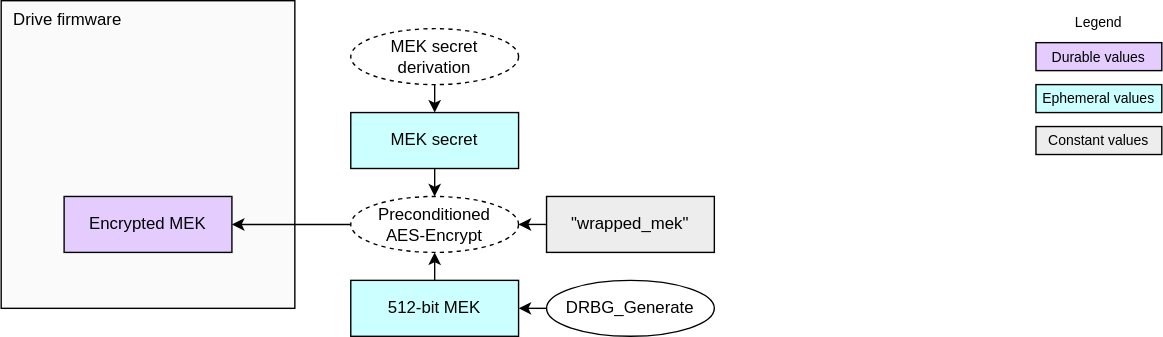
Earlier version of the draw.io export doc/ocp_lock/diagrams/mek_generate.drawio.svg (chipsalliance/Caliptra). Source tidied: cells renumbered, new cells last; positions are measured from the earlier drawing's top-left corner, leaving out a move shared by most shapes.
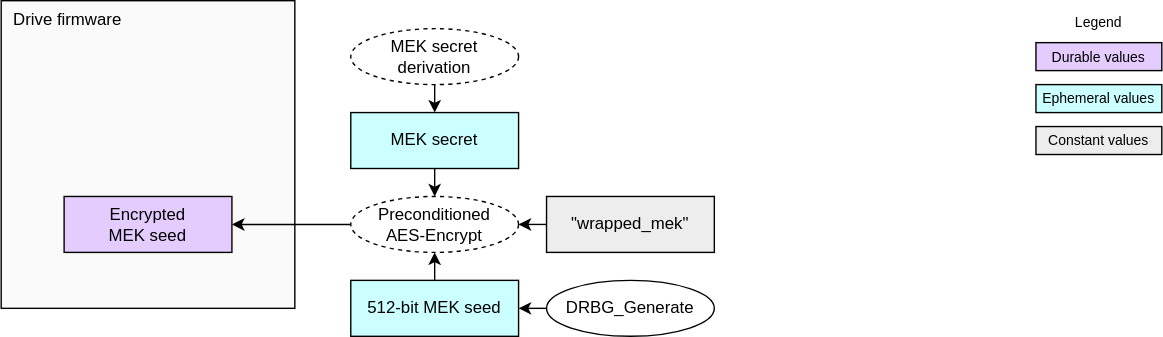
The same file after the commit.

The edit, as a diff of the source:
```diff
@@ -14,7 +14,7 @@
     <mxCell id="5" value="&lt;div&gt;&lt;font color=&quot;#000000&quot;&gt;Ephemeral values&lt;/font&gt;&lt;/div&gt;" style="rounded=0;whiteSpace=wrap;html=1;align=center;verticalAlign=middle;shadow=0;glass=0;spacingLeft=0;spacingBottom=0;spacingTop=0;fillColor=#CCFFFF;fontSize=10;" parent="1" vertex="1">
       <mxGeometry x="740" y="60" width="90" height="20" as="geometry" />
     </mxCell>
-    <mxCell id="6" value="&lt;div&gt;&lt;font color=&quot;#000000&quot;&gt;Encrypted MEK&lt;/font&gt;&lt;/div&gt;" style="rounded=0;whiteSpace=wrap;html=1;align=center;verticalAlign=middle;shadow=0;glass=0;spacingLeft=0;spacingBottom=0;spacingTop=0;fillColor=#E5CCFF;" parent="1" vertex="1">
+    <mxCell id="6" value="&lt;div&gt;&lt;font color=&quot;#000000&quot;&gt;Encrypted&lt;/font&gt;&lt;/div&gt;&lt;div&gt;&lt;span style=&quot;background-color: transparent;&quot;&gt;MEK seed&lt;/span&gt;&lt;/div&gt;" style="rounded=0;whiteSpace=wrap;html=1;align=center;verticalAlign=middle;shadow=0;glass=0;spacingLeft=0;spacingBottom=0;spacingTop=0;fillColor=#E5CCFF;" parent="1" vertex="1">
       <mxGeometry x="45" y="140" width="120" height="40" as="geometry" />
     </mxCell>
     <mxCell id="7" style="edgeStyle=none;html=1;exitX=0;exitY=0.5;exitDx=0;exitDy=0;entryX=1;entryY=0.5;entryDx=0;entryDy=0;" parent="1" edge="1" source="13" target="6">
@@ -23,7 +23,7 @@
     <mxCell id="8" style="edgeStyle=none;html=1;exitX=0.5;exitY=0;exitDx=0;exitDy=0;entryX=0.5;entryY=1;entryDx=0;entryDy=0;" parent="1" edge="1" source="9" target="13">
       <mxGeometry relative="1" as="geometry" />
     </mxCell>
-    <mxCell id="9" value="&lt;div&gt;&lt;font color=&quot;#000000&quot;&gt;512-bit MEK&lt;/font&gt;&lt;/div&gt;" style="rounded=0;whiteSpace=wrap;html=1;align=center;verticalAlign=middle;shadow=0;glass=0;spacingLeft=0;spacingBottom=0;spacingTop=0;fillColor=#CCFFFF;" parent="1" vertex="1">
+    <mxCell id="9" value="&lt;div&gt;&lt;font color=&quot;#000000&quot;&gt;512-bit&amp;nbsp;&lt;/font&gt;&lt;span style=&quot;background-color: transparent;&quot;&gt;MEK seed&lt;/span&gt;&lt;/div&gt;" style="rounded=0;whiteSpace=wrap;html=1;align=center;verticalAlign=middle;shadow=0;glass=0;spacingLeft=0;spacingBottom=0;spacingTop=0;fillColor=#CCFFFF;" parent="1" vertex="1">
       <mxGeometry x="250" y="200" width="120" height="40" as="geometry" />
     </mxCell>
     <mxCell id="10" value="DRBG_Generate" style="ellipse;whiteSpace=wrap;html=1;fillColor=#FFFFFF;" parent="1" vertex="1">
```
